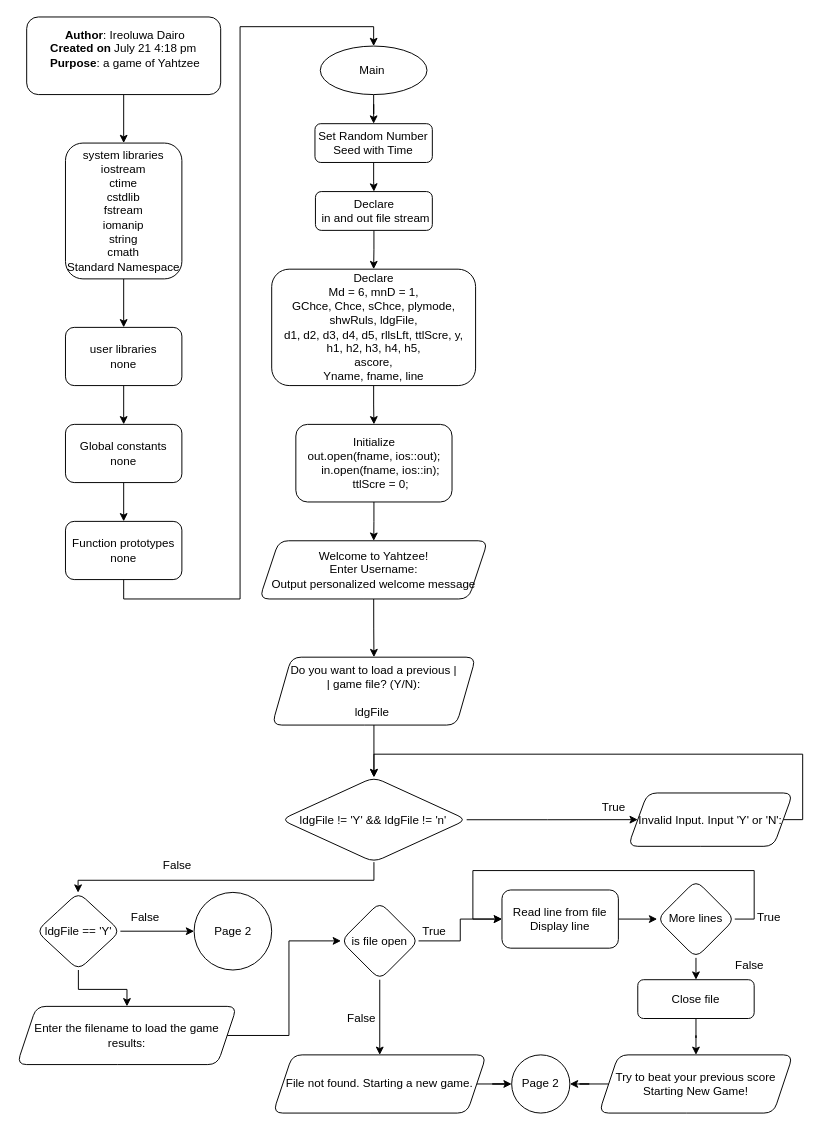
Kvngjaid04/cis-5 keeps this draw.io diagram as page "Page-1" (1 of 6) of project.drawio. Above is the earlier version. Source tidied: cells renumbered, new cells numbered last; positions are measured from the earlier drawing's top-left corner, leaving out a move shared by most shapes. Both pictures are drawn from the tidied source at 97%, with x=0, y=0 at pixel (16, 16).
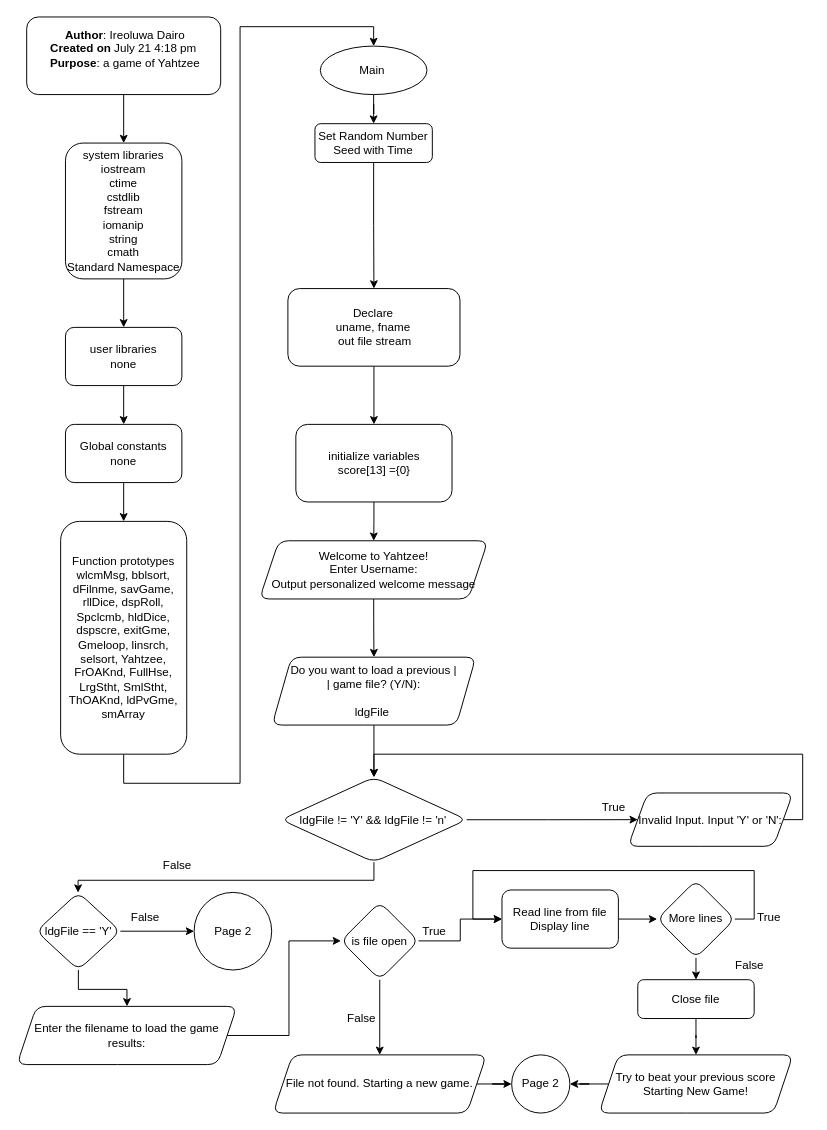
The same page after the edit.

Unchanged cells that the change refers to:
```xml
<mxCell id="13" value="Main&amp;nbsp;" style="ellipse;whiteSpace=wrap;html=1;" parent="1" vertex="1">
  <mxGeometry x="312.7" y="30" width="110" height="50" as="geometry" />
</mxCell>
<mxCell id="15" value="Set Random Number Seed with Time" style="whiteSpace=wrap;html=1;rounded=1;" parent="1" vertex="1">
  <mxGeometry x="307.2" y="110" width="121" height="40" as="geometry" />
</mxCell>
```

The edit, as a diff of the source:
```diff
@@
     <mxCell id="8" style="edgeStyle=orthogonalEdgeStyle;rounded=0;jettySize=auto;html=1;exitX=0.5;exitY=1;exitDx=0;exitDy=0;entryX=0.5;entryY=0;entryDx=0;entryDy=0;" parent="1" edge="1" source="9" target="13">
       <mxGeometry relative="1" as="geometry">
         <Array as="points">
-          <mxPoint x="110" y="600" />
-          <mxPoint x="230" y="600" />
+          <mxPoint x="110" y="790" />
+          <mxPoint x="230" y="790" />
           <mxPoint x="230" y="10" />
           <mxPoint x="368" y="10" />
         </Array>
       </mxGeometry>
     </mxCell>
-    <mxCell id="9" value="Function prototypes&lt;div&gt;none&lt;/div&gt;" style="whiteSpace=wrap;html=1;rounded=1;" parent="1" vertex="1">
-      <mxGeometry x="50" y="520" width="120" height="60" as="geometry" />
+    <mxCell id="9" value="Function prototypes&lt;div&gt;wlcmMsg, bblsort, dFilnme, savGame, rllDice, dspRoll, Spclcmb, hldDice, dspscre, exitGme, Gmeloop, linsrch, selsort, Yahtzee, FrOAKnd, FullHse, LrgStht, SmlStht, ThOAKnd, ldPvGme, smArray&lt;br&gt;&lt;/div&gt;" style="whiteSpace=wrap;html=1;rounded=1;" parent="1" vertex="1">
+      <mxGeometry x="45" y="520" width="130" height="240" as="geometry" />
     </mxCell>
@@
-    <mxCell id="14" style="edgeStyle=orthogonalEdgeStyle;rounded=0;jettySize=auto;html=1;" parent="1" edge="1" source="15" target="17">
-      <mxGeometry relative="1" as="geometry" />
-    </mxCell>
+    <mxCell id="59" style="edgeStyle=orthogonalEdgeStyle;rounded=0;jettySize=auto;html=1;exitX=0.5;exitY=1;exitDx=0;exitDy=0;" parent="1" edge="1" source="15" target="19">
+      <mxGeometry relative="1" as="geometry" />
+    </mxCell>
@@
-    <mxCell id="16" style="edgeStyle=orthogonalEdgeStyle;rounded=0;jettySize=auto;html=1;" parent="1" edge="1" source="17" target="19">
-      <mxGeometry relative="1" as="geometry" />
-    </mxCell>
-    <mxCell id="17" value="Declare&lt;div&gt;&amp;nbsp;in and out file stream&lt;/div&gt;" style="whiteSpace=wrap;html=1;rounded=1;" parent="1" vertex="1">
-      <mxGeometry x="307.7" y="180" width="120.5" height="40" as="geometry" />
-    </mxCell>
@@
-    <mxCell id="19" value="Declare&lt;div&gt;Md = 6, mnD = 1,&lt;br&gt;&lt;/div&gt;&lt;div&gt;GChce, Chce, sChce, plymode, shwRuls, ldgFile,&lt;br&gt;&lt;/div&gt;&lt;div&gt;d1, d2, d3, d4, d5, rllsLft, ttlScre, y,&lt;br&gt;&lt;/div&gt;&lt;div&gt;h1, h2, h3, h4, h5,&lt;br&gt;&lt;/div&gt;&lt;div&gt;ascore,&lt;br&gt;&lt;/div&gt;&lt;div&gt;Yname, fname, line&lt;br&gt;&lt;/div&gt;" style="whiteSpace=wrap;html=1;rounded=1;" parent="1" vertex="1">
-      <mxGeometry x="262.6" y="260" width="210.2" height="120" as="geometry" />
+    <mxCell id="19" value="&lt;div&gt;Declare&lt;div&gt;uname, fname&lt;br&gt;&lt;div&gt;&amp;nbsp;out file stream&lt;/div&gt;&lt;/div&gt;&lt;/div&gt;" style="whiteSpace=wrap;html=1;rounded=1;" parent="1" vertex="1">
+      <mxGeometry x="279.3" y="280" width="177.4" height="80" as="geometry" />
     </mxCell>
@@
-    <mxCell id="21" value="Initialize&lt;div&gt;&lt;div&gt;out.open(fname, ios::out);&lt;/div&gt;&lt;div&gt;&amp;nbsp; &amp;nbsp; in.open(fname, ios::in);&lt;/div&gt;&lt;div&gt;&amp;nbsp; &amp;nbsp; ttlScre = 0;&lt;/div&gt;&lt;/div&gt;" style="whiteSpace=wrap;html=1;rounded=1;" parent="1" vertex="1">
+    <mxCell id="21" value="initialize variables&lt;div&gt;score[13] ={0}&lt;/div&gt;" style="whiteSpace=wrap;html=1;rounded=1;" parent="1" vertex="1">
       <mxGeometry x="287.5" y="420" width="161" height="80" as="geometry" />
     </mxCell>
```
